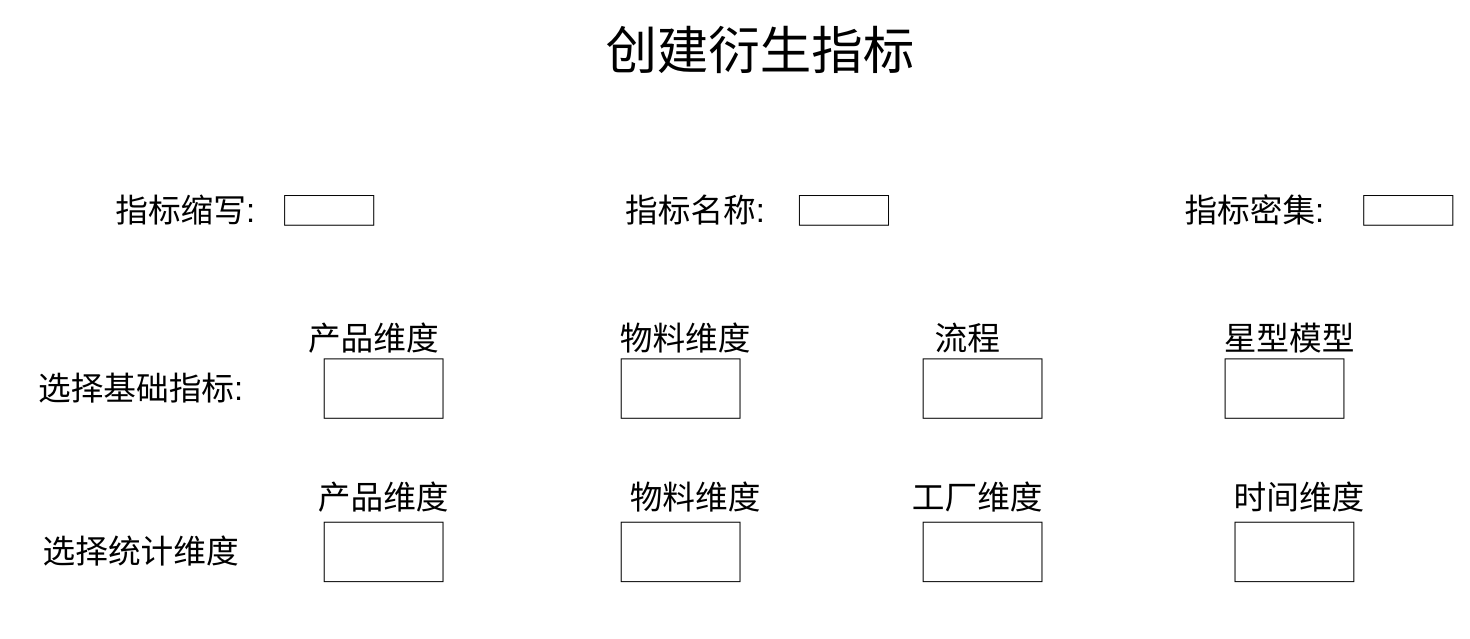
Above: metric_derived.drawio in anyingle/ay-diagrams (draw.io), before the change. Source tidied: cells renumbered, new cells numbered last; positions are measured from the earlier drawing's top-left corner, leaving out a move shared by most shapes. Both pictures are drawn from the tidied source at 99%, with x=0, y=0 at pixel (17, 17).
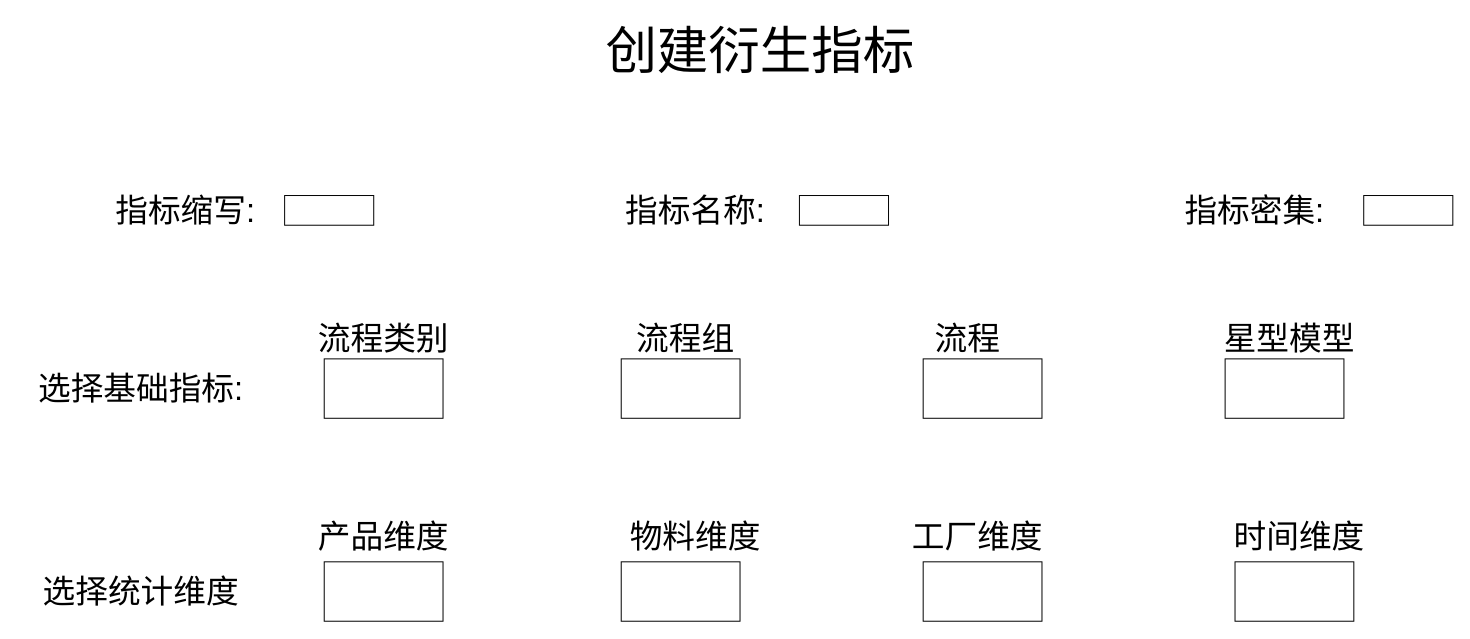
The same diagram, later.

Diff of the diagram source:
```diff
@@
     <mxCell id="14" value="选择统计维度" style="text;html=1;strokeColor=none;fillColor=none;align=center;verticalAlign=middle;whiteSpace=wrap;rounded=0;fontSize=33;" parent="1" vertex="1">
-      <mxGeometry y="525" width="250" height="30" as="geometry" />
+      <mxGeometry y="565" width="250" height="30" as="geometry" />
     </mxCell>
     <mxCell id="15" style="rounded=0;whiteSpace=wrap;html=1;fontSize=33;" parent="1" vertex="1">
-      <mxGeometry x="310" y="510" width="120" height="60" as="geometry" />
+      <mxGeometry x="310" y="550" width="120" height="60" as="geometry" />
     </mxCell>
     <mxCell id="16" style="rounded=0;whiteSpace=wrap;html=1;fontSize=33;" parent="1" vertex="1">
-      <mxGeometry x="610" y="510" width="120" height="60" as="geometry" />
+      <mxGeometry x="610" y="550" width="120" height="60" as="geometry" />
     </mxCell>
     <mxCell id="17" style="rounded=0;whiteSpace=wrap;html=1;fontSize=33;" parent="1" vertex="1">
-      <mxGeometry x="915" y="510" width="120" height="60" as="geometry" />
+      <mxGeometry x="915" y="550" width="120" height="60" as="geometry" />
     </mxCell>
     <mxCell id="18" style="rounded=0;whiteSpace=wrap;html=1;fontSize=33;" parent="1" vertex="1">
-      <mxGeometry x="1230" y="510" width="120" height="60" as="geometry" />
+      <mxGeometry x="1230" y="550" width="120" height="60" as="geometry" />
     </mxCell>
     <mxCell id="19" value="产品维度" style="text;html=1;strokeColor=none;fillColor=none;align=center;verticalAlign=middle;whiteSpace=wrap;rounded=0;fontSize=33;" parent="1" vertex="1">
-      <mxGeometry x="270" y="470" width="200" height="30" as="geometry" />
+      <mxGeometry x="270" y="510" width="200" height="30" as="geometry" />
     </mxCell>
     <mxCell id="20" value="物料维度" style="text;html=1;strokeColor=none;fillColor=none;align=center;verticalAlign=middle;whiteSpace=wrap;rounded=0;fontSize=33;" parent="1" vertex="1">
-      <mxGeometry x="585" y="470" width="200" height="30" as="geometry" />
+      <mxGeometry x="585" y="510" width="200" height="30" as="geometry" />
     </mxCell>
     <mxCell id="21" value="工厂维度" style="text;html=1;strokeColor=none;fillColor=none;align=center;verticalAlign=middle;whiteSpace=wrap;rounded=0;fontSize=33;" parent="1" vertex="1">
-      <mxGeometry x="870" y="470" width="200" height="30" as="geometry" />
+      <mxGeometry x="870" y="510" width="200" height="30" as="geometry" />
     </mxCell>
     <mxCell id="22" value="时间维度" style="text;html=1;strokeColor=none;fillColor=none;align=center;verticalAlign=middle;whiteSpace=wrap;rounded=0;fontSize=33;" parent="1" vertex="1">
-      <mxGeometry x="1195" y="470" width="200" height="30" as="geometry" />
+      <mxGeometry x="1195" y="510" width="200" height="30" as="geometry" />
     </mxCell>
-    <mxCell id="23" value="产品维度" style="text;html=1;strokeColor=none;fillColor=none;align=center;verticalAlign=middle;whiteSpace=wrap;rounded=0;fontSize=33;" parent="1" vertex="1">
-      <mxGeometry x="260" y="310" width="200" height="30" as="geometry" />
+    <mxCell id="23" value="流程类别" style="text;html=1;strokeColor=none;fillColor=none;align=center;verticalAlign=middle;whiteSpace=wrap;rounded=0;fontSize=33;" parent="1" vertex="1">
+      <mxGeometry x="270" y="310" width="200" height="30" as="geometry" />
     </mxCell>
-    <mxCell id="24" value="物料维度" style="text;html=1;strokeColor=none;fillColor=none;align=center;verticalAlign=middle;whiteSpace=wrap;rounded=0;fontSize=33;" parent="1" vertex="1">
+    <mxCell id="24" value="流程组" style="text;html=1;strokeColor=none;fillColor=none;align=center;verticalAlign=middle;whiteSpace=wrap;rounded=0;fontSize=33;" parent="1" vertex="1">
       <mxGeometry x="575" y="310" width="200" height="30" as="geometry" />
     </mxCell>
```
